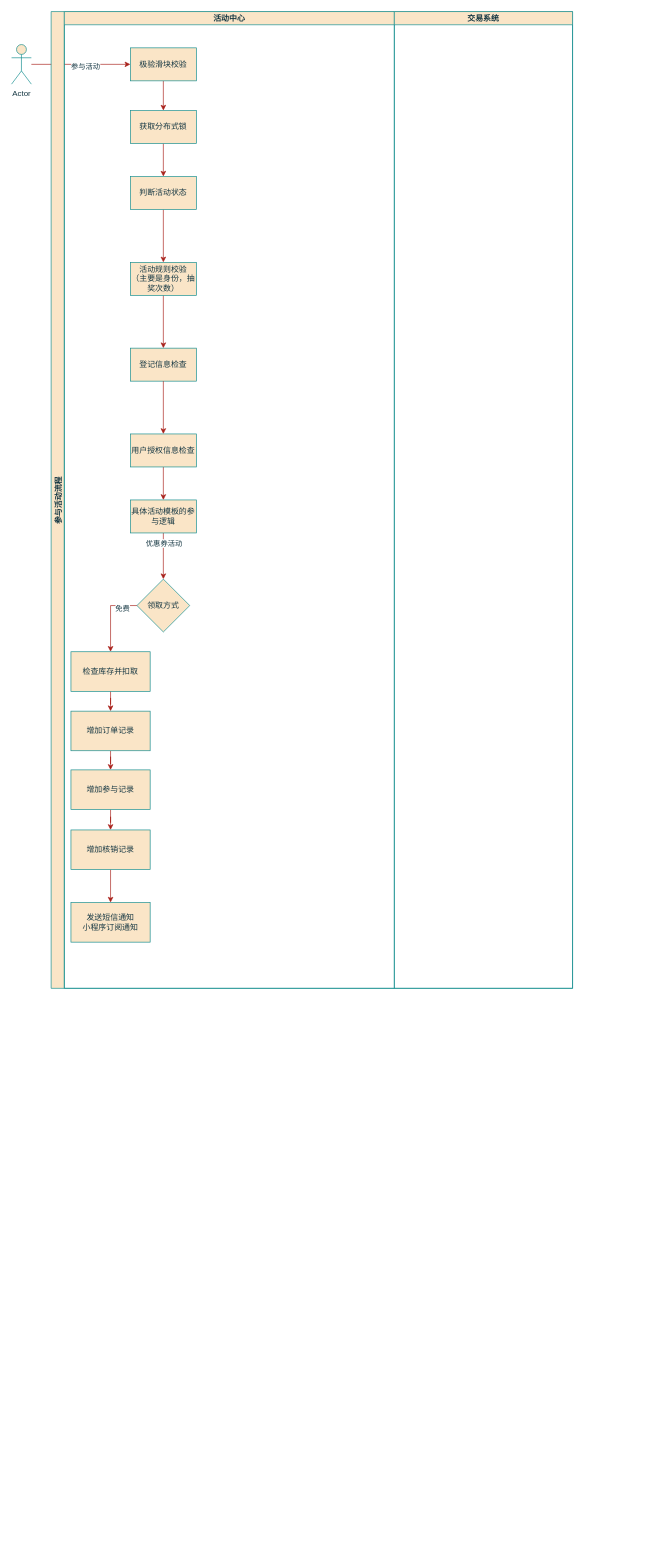
juesuchen/diagrams keeps this draw.io diagram as page "参与活动-优惠券" (3 of 3) of 活动中心.drawio. Above is the earlier version. Source tidied: cells renumbered, new cells numbered last; positions are measured from the earlier drawing's top-left corner, leaving out a move shared by most shapes. Both pictures are drawn from the tidied source at 66%, with x=0, y=0 at pixel (11, 11).
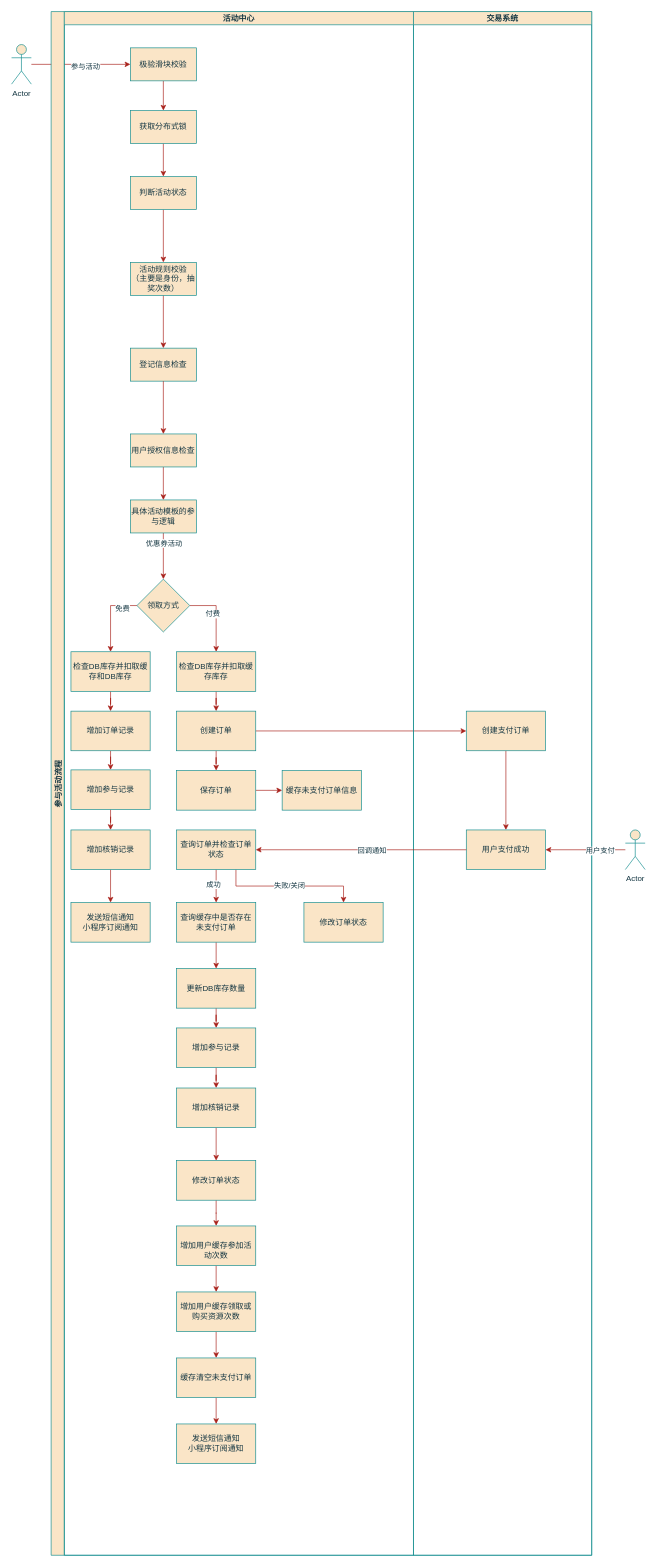
The same page after the edit.

Commit message:
更新活动中心.drawio

Unchanged cells that the change refers to:
```xml
<mxCell id="21" value="领取方式" style="rhombus;whiteSpace=wrap;html=1;strokeColor=#0F8B8D;fontColor=#143642;fillColor=#FAE5C7;" parent="6" vertex="1">
  <mxGeometry x="110" y="860" width="80" height="80" as="geometry" />
</mxCell>
```

What changed in the source:
```diff
@@
     <mxCell id="5" value="参与活动流程" style="swimlane;startSize=20;horizontal=0;strokeColor=#0F8B8D;fontColor=#143642;fillColor=#FAE5C7;" parent="1" vertex="1">
-      <mxGeometry x="60" width="790" height="1480" as="geometry" />
+      <mxGeometry x="60" width="819" height="2339" as="geometry" />
     </mxCell>
+    <mxCell id="35" style="edgeStyle=orthogonalEdgeStyle;rounded=0;jettySize=auto;html=1;strokeColor=#A8201A;fontColor=#143642;fillColor=#FAE5C7;" parent="5" edge="1" source="41" target="69">
+      <mxGeometry relative="1" as="geometry" />
+    </mxCell>
     <mxCell id="6" value="活动中心" style="swimlane;startSize=20;strokeColor=#0F8B8D;fontColor=#143642;fillColor=#FAE5C7;" parent="5" vertex="1">
-      <mxGeometry x="20" width="500" height="1480" as="geometry" />
+      <mxGeometry x="20" width="529" height="2339" as="geometry" />
     </mxCell>
@@
+    <mxCell id="36" style="edgeStyle=orthogonalEdgeStyle;rounded=0;jettySize=auto;html=1;entryX=0.5;entryY=0;entryDx=0;entryDy=0;strokeColor=#A8201A;fontColor=#143642;fillColor=#FAE5C7;exitX=1;exitY=0.5;exitDx=0;exitDy=0;" parent="6" edge="1" source="21" target="39">
+      <mxGeometry relative="1" as="geometry" />
+    </mxCell>
+    <mxCell id="37" value="付费" style="edgeLabel;html=1;align=center;verticalAlign=middle;strokeColor=#0F8B8D;fontColor=#143642;fillColor=#FAE5C7;" parent="36" vertex="1">
+      <mxGeometry x="-0.05" y="-6" relative="1" as="geometry" />
+    </mxCell>
@@
-    <mxCell id="23" value="检查库存并扣取" style="rounded=0;whiteSpace=wrap;html=1;strokeColor=#0F8B8D;fontColor=#143642;fillColor=#FAE5C7;" parent="6" vertex="1">
+    <mxCell id="23" value="检查DB库存并扣取缓存和DB库存" style="rounded=0;whiteSpace=wrap;html=1;strokeColor=#0F8B8D;fontColor=#143642;fillColor=#FAE5C7;" parent="6" vertex="1">
       <mxGeometry x="10" y="970" width="120" height="60" as="geometry" />
     </mxCell>
@@
+    <mxCell id="38" style="edgeStyle=orthogonalEdgeStyle;rounded=0;jettySize=auto;html=1;strokeColor=#A8201A;fontColor=#143642;fillColor=#FAE5C7;" parent="6" edge="1" source="39" target="41">
+      <mxGeometry relative="1" as="geometry" />
+    </mxCell>
+    <mxCell id="39" value="检查DB库存并扣取缓存库存" style="rounded=0;whiteSpace=wrap;html=1;strokeColor=#0F8B8D;fontColor=#143642;fillColor=#FAE5C7;" parent="6" vertex="1">
+      <mxGeometry x="170" y="970" width="120" height="60" as="geometry" />
+    </mxCell>
+    <mxCell id="40" style="edgeStyle=orthogonalEdgeStyle;rounded=0;jettySize=auto;html=1;strokeColor=#A8201A;fontColor=#143642;fillColor=#FAE5C7;" parent="6" edge="1" source="41" target="43">
+      <mxGeometry relative="1" as="geometry" />
+    </mxCell>
+    <mxCell id="41" value="创建订单" style="rounded=0;whiteSpace=wrap;html=1;strokeColor=#0F8B8D;fontColor=#143642;fillColor=#FAE5C7;" parent="6" vertex="1">
+      <mxGeometry x="170" y="1060" width="120" height="60" as="geometry" />
+    </mxCell>
+    <mxCell id="42" style="edgeStyle=orthogonalEdgeStyle;rounded=0;jettySize=auto;html=1;strokeColor=#A8201A;fontColor=#143642;fillColor=#FAE5C7;" parent="6" edge="1" source="43" target="66">
+      <mxGeometry relative="1" as="geometry" />
+    </mxCell>
+    <mxCell id="43" value="保存订单" style="rounded=0;whiteSpace=wrap;html=1;strokeColor=#0F8B8D;fontColor=#143642;fillColor=#FAE5C7;" parent="6" vertex="1">
+      <mxGeometry x="170" y="1150" width="120" height="60" as="geometry" />
+    </mxCell>
+    <mxCell id="44" style="edgeStyle=orthogonalEdgeStyle;rounded=0;jettySize=auto;html=1;strokeColor=#A8201A;fontColor=#143642;fillColor=#FAE5C7;" parent="6" edge="1" source="48" target="50">
+      <mxGeometry relative="1" as="geometry" />
+    </mxCell>
+    <mxCell id="45" value="成功" style="edgeLabel;html=1;align=center;verticalAlign=middle;strokeColor=#0F8B8D;fontColor=#143642;fillColor=#FAE5C7;" parent="44" vertex="1">
+      <mxGeometry x="-0.14" y="-5" relative="1" as="geometry" />
+    </mxCell>
+    <mxCell id="46" style="edgeStyle=orthogonalEdgeStyle;rounded=0;jettySize=auto;html=1;strokeColor=#A8201A;fontColor=#143642;fillColor=#FAE5C7;exitX=0.75;exitY=1;exitDx=0;exitDy=0;" parent="6" edge="1" source="48" target="67">
+      <mxGeometry relative="1" as="geometry" />
+    </mxCell>
+    <mxCell id="47" value="失败/关闭" style="edgeLabel;html=1;align=center;verticalAlign=middle;strokeColor=#0F8B8D;fontColor=#143642;fillColor=#FAE5C7;" parent="46" vertex="1">
+      <mxGeometry x="-0.01" y="2" relative="1" as="geometry" />
+    </mxCell>
+    <mxCell id="48" value="查询订单并检查订单状态" style="rounded=0;whiteSpace=wrap;html=1;strokeColor=#0F8B8D;fontColor=#143642;fillColor=#FAE5C7;" parent="6" vertex="1">
+      <mxGeometry x="170" y="1240" width="120" height="60" as="geometry" />
+    </mxCell>
+    <mxCell id="49" style="edgeStyle=orthogonalEdgeStyle;rounded=0;jettySize=auto;html=1;strokeColor=#A8201A;fontColor=#143642;fillColor=#FAE5C7;" parent="6" edge="1" source="50" target="52">
+      <mxGeometry relative="1" as="geometry" />
+    </mxCell>
+    <mxCell id="50" value="查询缓存中是否存在未支付订单" style="rounded=0;whiteSpace=wrap;html=1;strokeColor=#0F8B8D;fontColor=#143642;fillColor=#FAE5C7;" parent="6" vertex="1">
+      <mxGeometry x="170" y="1350" width="120" height="60" as="geometry" />
+    </mxCell>
+    <mxCell id="51" style="edgeStyle=orthogonalEdgeStyle;rounded=0;jettySize=auto;html=1;strokeColor=#A8201A;fontColor=#143642;fillColor=#FAE5C7;" parent="6" edge="1" source="52" target="54">
+      <mxGeometry relative="1" as="geometry" />
+    </mxCell>
+    <mxCell id="52" value="更新DB库存数量" style="rounded=0;whiteSpace=wrap;html=1;strokeColor=#0F8B8D;fontColor=#143642;fillColor=#FAE5C7;" parent="6" vertex="1">
+      <mxGeometry x="170" y="1450" width="120" height="60" as="geometry" />
+    </mxCell>
+    <mxCell id="53" style="edgeStyle=orthogonalEdgeStyle;rounded=0;jettySize=auto;html=1;strokeColor=#A8201A;fontColor=#143642;fillColor=#FAE5C7;" parent="6" edge="1" source="54" target="56">
+      <mxGeometry relative="1" as="geometry" />
+    </mxCell>
+    <mxCell id="54" value="增加参与记录" style="rounded=0;whiteSpace=wrap;html=1;strokeColor=#0F8B8D;fontColor=#143642;fillColor=#FAE5C7;" parent="6" vertex="1">
+      <mxGeometry x="170" y="1540" width="120" height="60" as="geometry" />
+    </mxCell>
+    <mxCell id="55" style="edgeStyle=orthogonalEdgeStyle;rounded=0;jettySize=auto;html=1;strokeColor=#A8201A;fontColor=#143642;fillColor=#FAE5C7;" parent="6" edge="1" source="56" target="58">
+      <mxGeometry relative="1" as="geometry" />
+    </mxCell>
+    <mxCell id="56" value="增加核销记录" style="rounded=0;whiteSpace=wrap;html=1;strokeColor=#0F8B8D;fontColor=#143642;fillColor=#FAE5C7;" parent="6" vertex="1">
+      <mxGeometry x="170" y="1631" width="120" height="60" as="geometry" />
+    </mxCell>
+    <mxCell id="57" style="edgeStyle=orthogonalEdgeStyle;rounded=0;jettySize=auto;html=1;strokeColor=#A8201A;fontColor=#143642;fillColor=#FAE5C7;" parent="6" edge="1" source="58" target="60">
+      <mxGeometry relative="1" as="geometry" />
+    </mxCell>
+    <mxCell id="58" value="修改订单状态" style="rounded=0;whiteSpace=wrap;html=1;strokeColor=#0F8B8D;fontColor=#143642;fillColor=#FAE5C7;" parent="6" vertex="1">
+      <mxGeometry x="170" y="1741" width="120" height="60" as="geometry" />
+    </mxCell>
+    <mxCell id="59" style="edgeStyle=orthogonalEdgeStyle;rounded=0;jettySize=auto;html=1;strokeColor=#A8201A;fontColor=#143642;fillColor=#FAE5C7;" parent="6" edge="1" source="60" target="62">
+      <mxGeometry relative="1" as="geometry" />
+    </mxCell>
+    <mxCell id="60" value="&lt;div&gt;&lt;br&gt;&lt;/div&gt;&lt;div&gt;增加用户缓存参加活动次数&lt;/div&gt;" style="rounded=0;whiteSpace=wrap;html=1;strokeColor=#0F8B8D;fontColor=#143642;fillColor=#FAE5C7;" parent="6" vertex="1">
+      <mxGeometry x="170" y="1840" width="120" height="60" as="geometry" />
+    </mxCell>
+    <mxCell id="61" style="edgeStyle=orthogonalEdgeStyle;rounded=0;jettySize=auto;html=1;strokeColor=#A8201A;fontColor=#143642;fillColor=#FAE5C7;" parent="6" edge="1" source="62" target="64">
+      <mxGeometry relative="1" as="geometry" />
+    </mxCell>
+    <mxCell id="62" value="增加用户缓存领取或购买资源次数" style="rounded=0;whiteSpace=wrap;html=1;strokeColor=#0F8B8D;fontColor=#143642;fillColor=#FAE5C7;" parent="6" vertex="1">
+      <mxGeometry x="170" y="1940" width="120" height="60" as="geometry" />
+    </mxCell>
+    <mxCell id="63" style="edgeStyle=orthogonalEdgeStyle;rounded=0;jettySize=auto;html=1;strokeColor=#A8201A;fontColor=#143642;fillColor=#FAE5C7;" parent="6" edge="1" source="64" target="65">
+      <mxGeometry relative="1" as="geometry" />
+    </mxCell>
+    <mxCell id="64" value="缓存清空未支付订单" style="rounded=0;whiteSpace=wrap;html=1;strokeColor=#0F8B8D;fontColor=#143642;fillColor=#FAE5C7;" parent="6" vertex="1">
+      <mxGeometry x="170" y="2040" width="120" height="60" as="geometry" />
+    </mxCell>
+    <mxCell id="65" value="发送短信通知&lt;div&gt;小程序订阅通知&lt;/div&gt;" style="rounded=0;whiteSpace=wrap;html=1;strokeColor=#0F8B8D;fontColor=#143642;fillColor=#FAE5C7;" parent="6" vertex="1">
+      <mxGeometry x="170" y="2140" width="120" height="60" as="geometry" />
+    </mxCell>
+    <mxCell id="66" value="缓存未支付订单信息" style="rounded=0;whiteSpace=wrap;html=1;strokeColor=#0F8B8D;fontColor=#143642;fillColor=#FAE5C7;" parent="6" vertex="1">
+      <mxGeometry x="330" y="1150" width="120" height="60" as="geometry" />
+    </mxCell>
+    <mxCell id="67" value="修改订单状态" style="rounded=0;whiteSpace=wrap;html=1;strokeColor=#0F8B8D;fontColor=#143642;fillColor=#FAE5C7;" parent="6" vertex="1">
+      <mxGeometry x="363" y="1350" width="120" height="60" as="geometry" />
+    </mxCell>
     <mxCell id="31" value="交易系统" style="swimlane;startSize=20;strokeColor=#0F8B8D;fontColor=#143642;fillColor=#FAE5C7;" parent="5" vertex="1">
-      <mxGeometry x="520" width="270" height="1480" as="geometry" />
+      <mxGeometry x="549" width="270" height="2339" as="geometry" />
     </mxCell>
+    <mxCell id="68" style="edgeStyle=orthogonalEdgeStyle;rounded=0;jettySize=auto;html=1;strokeColor=#A8201A;fontColor=#143642;fillColor=#FAE5C7;" parent="31" edge="1" source="69" target="70">
+      <mxGeometry relative="1" as="geometry" />
+    </mxCell>
+    <mxCell id="69" value="创建支付订单" style="rounded=0;whiteSpace=wrap;html=1;strokeColor=#0F8B8D;fontColor=#143642;fillColor=#FAE5C7;" parent="31" vertex="1">
+      <mxGeometry x="80" y="1060" width="120" height="60" as="geometry" />
+    </mxCell>
+    <mxCell id="70" value="用户支付成功" style="rounded=0;whiteSpace=wrap;html=1;strokeColor=#0F8B8D;fontColor=#143642;fillColor=#FAE5C7;" parent="31" vertex="1">
+      <mxGeometry x="80" y="1240" width="120" height="60" as="geometry" />
+    </mxCell>
+    <mxCell id="71" style="edgeStyle=orthogonalEdgeStyle;rounded=0;jettySize=auto;html=1;strokeColor=#A8201A;fontColor=#143642;fillColor=#FAE5C7;" parent="5" edge="1" source="70" target="48">
+      <mxGeometry relative="1" as="geometry" />
+    </mxCell>
+    <mxCell id="72" value="回调通知" style="edgeLabel;html=1;align=center;verticalAlign=middle;strokeColor=#0F8B8D;fontColor=#143642;fillColor=#FAE5C7;" parent="71" vertex="1">
+      <mxGeometry x="-0.1" relative="1" as="geometry" />
+    </mxCell>
@@
+    <mxCell id="73" style="edgeStyle=orthogonalEdgeStyle;rounded=0;jettySize=auto;html=1;entryX=1;entryY=0.5;entryDx=0;entryDy=0;strokeColor=#A8201A;fontColor=#143642;fillColor=#FAE5C7;" parent="1" edge="1" source="75" target="70">
+      <mxGeometry relative="1" as="geometry" />
+    </mxCell>
+    <mxCell id="74" value="用户支付" style="edgeLabel;html=1;align=center;verticalAlign=middle;strokeColor=#0F8B8D;fontColor=#143642;fillColor=#FAE5C7;" parent="73" vertex="1">
+      <mxGeometry x="-0.35" y="1" relative="1" as="geometry" />
+    </mxCell>
+    <mxCell id="75" value="Actor" style="shape=umlActor;verticalLabelPosition=bottom;verticalAlign=top;html=1;outlineConnect=0;strokeColor=#0F8B8D;fontColor=#143642;fillColor=#FAE5C7;" parent="1" vertex="1">
+      <mxGeometry x="930" y="1240" width="30" height="60" as="geometry" />
+    </mxCell>
```
